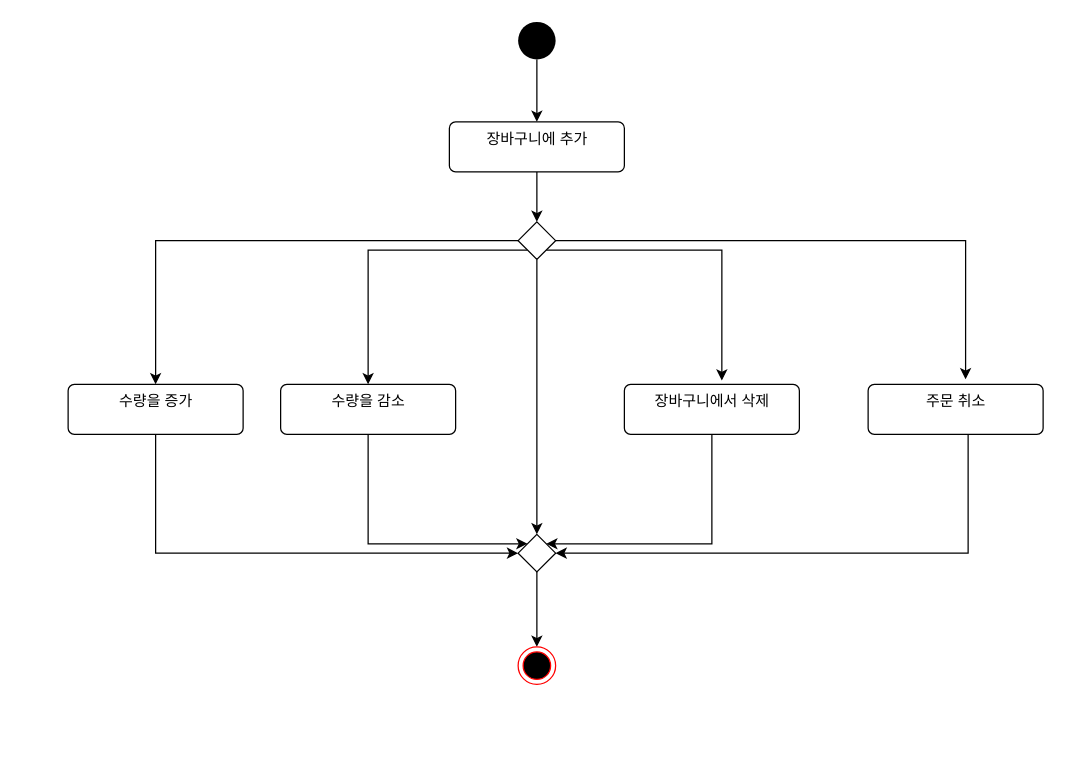
Earlier version of the draw.io diagram 상세명세서/Functional Model/activity diagram/Manage Cart.drawio (distroytest/KNUSD-20202-Team05). Source tidied: cells renumbered, new cells numbered last; positions are measured from the earlier drawing's top-left corner, leaving out a move shared by most shapes. Both pictures are drawn from the tidied source at 125%, with x=0, y=0 at pixel (68, 21).
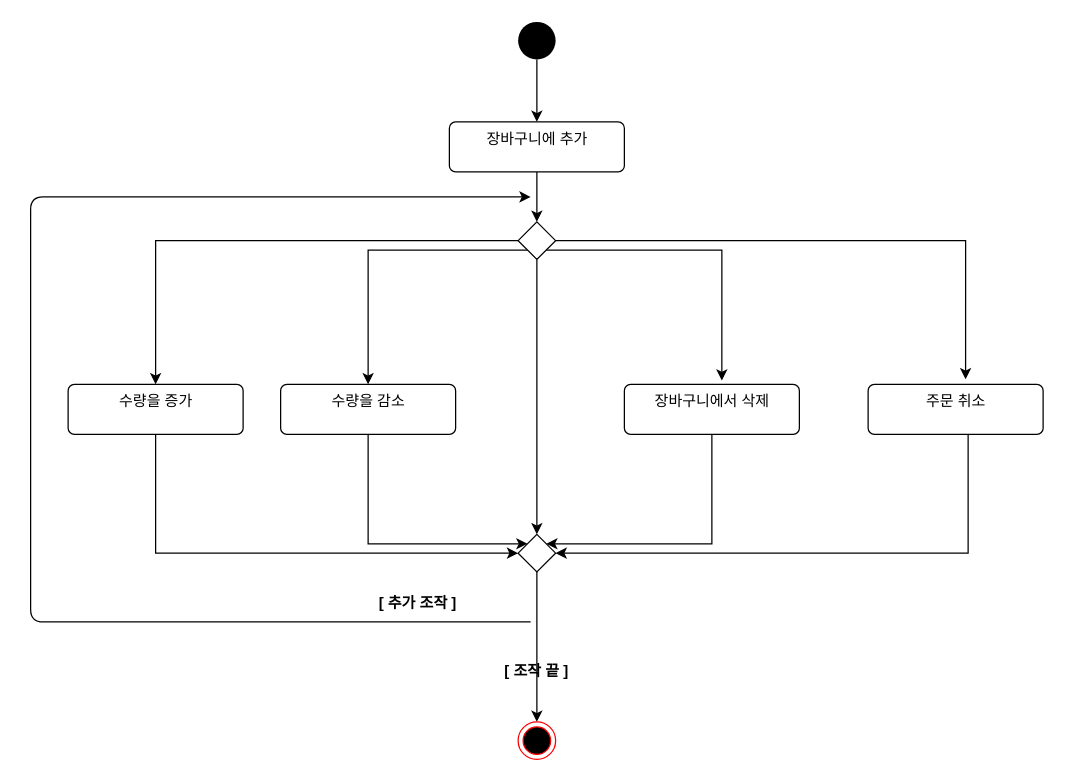
After the change.

Change to the diagram source:
```diff
@@
     <mxCell id="22" style="ellipse;html=1;shape=endState;fillColor=#000000;strokeColor=#ff0000;" parent="1" vertex="1">
-      <mxGeometry x="360" y="500" width="30" height="30" as="geometry" />
+      <mxGeometry x="360" y="560" width="30" height="30" as="geometry" />
     </mxCell>
+    <mxCell id="23" style="endArrow=classic;html=1;" parent="1" edge="1">
+      <mxGeometry relative="1" as="geometry">
+        <mxPoint x="370" y="480" as="sourcePoint" />
+        <mxPoint x="370" y="140" as="targetPoint" />
+        <Array as="points">
+          <mxPoint x="-30" y="480" />
+          <mxPoint x="-30" y="140" />
+        </Array>
+      </mxGeometry>
+    </mxCell>
+    <mxCell id="24" value="&lt;b&gt;[ 추가 조작 ]&lt;/b&gt;" style="text;html=1;strokeColor=none;fillColor=none;align=center;verticalAlign=middle;whiteSpace=wrap;rounded=0;" parent="1" vertex="1">
+      <mxGeometry x="230" y="455" width="100" height="20" as="geometry" />
+    </mxCell>
+    <mxCell id="25" value="&lt;b&gt;[ 조작 끝 ]&lt;/b&gt;" style="text;html=1;strokeColor=none;fillColor=none;align=center;verticalAlign=middle;whiteSpace=wrap;rounded=0;" parent="1" vertex="1">
+      <mxGeometry x="340" y="510" width="70" height="20" as="geometry" />
+    </mxCell>
```
